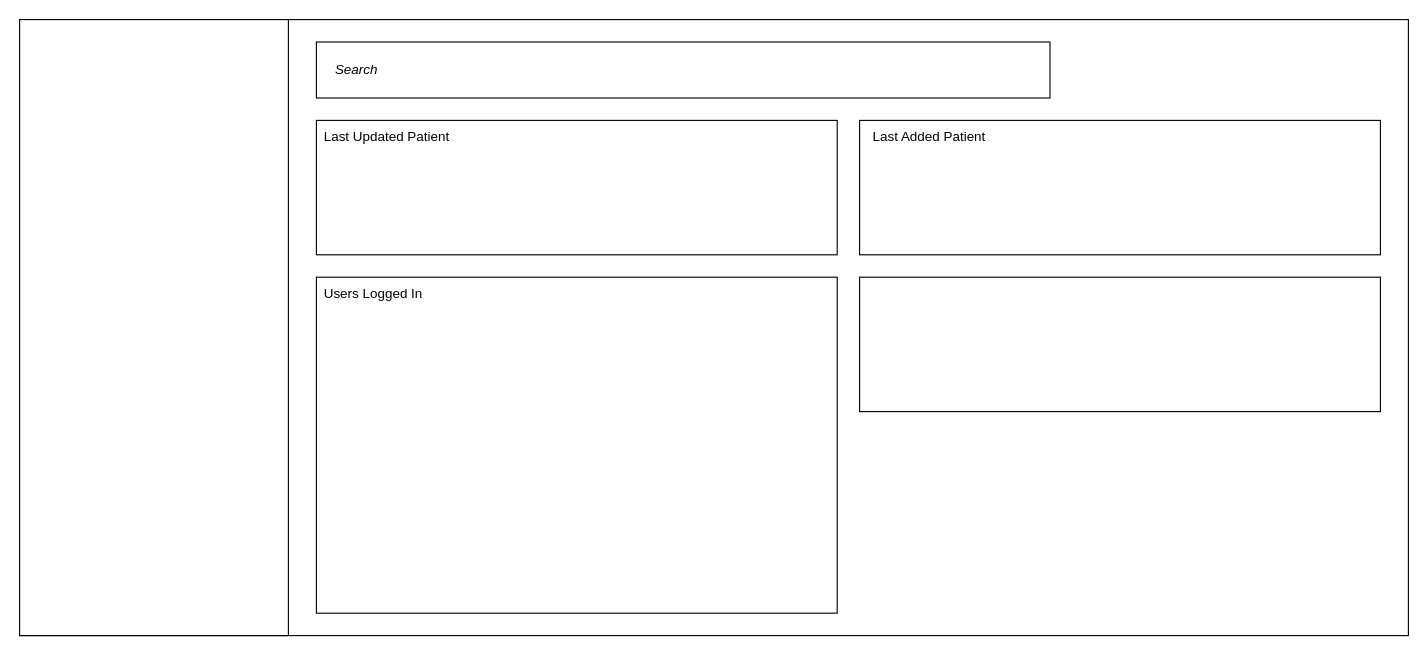
Earlier version of the draw.io diagram diagrams/UpdateLogAdminPage.drawio (empty-works/plain-emrs-no-fw). Source tidied: cells renumbered, new cells numbered last; positions are measured from the earlier drawing's top-left corner, leaving out a move shared by most shapes. Both pictures are drawn from the tidied source at 112%, with x=0, y=0 at pixel (19, 19).
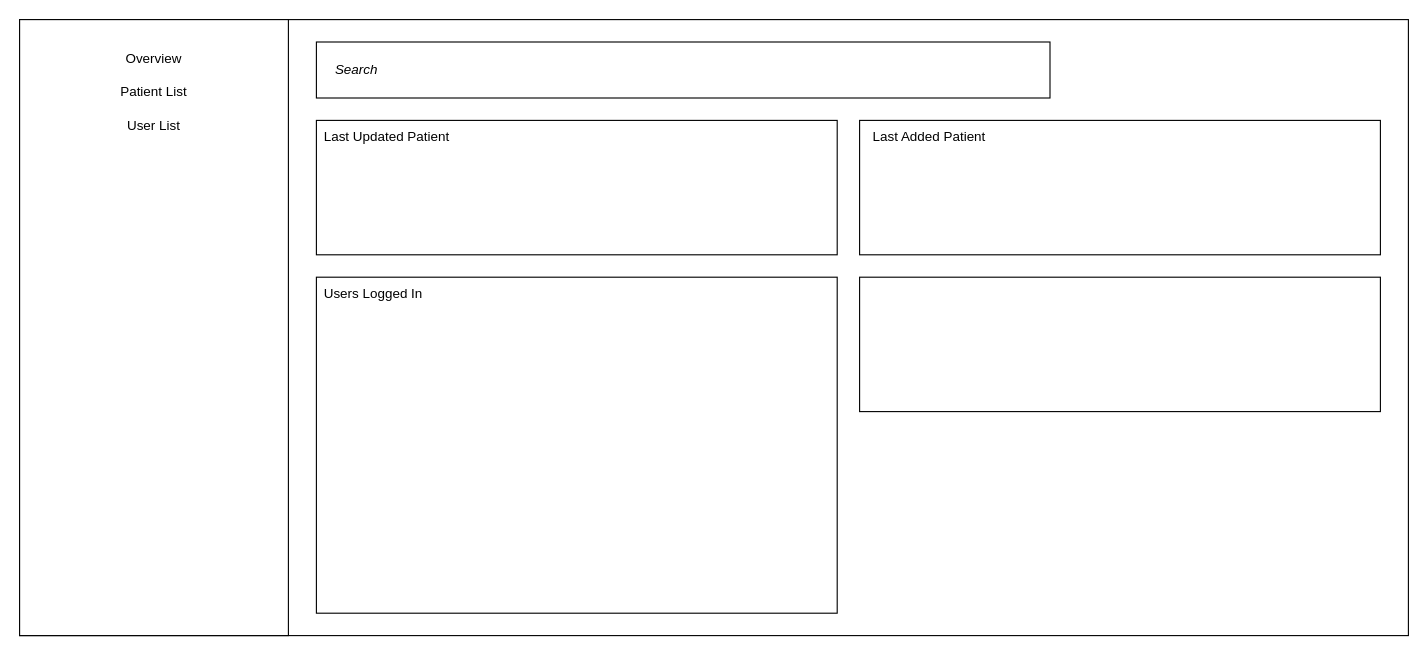
After the change.

Commit message:
Just added some options to the side navbar

Change to the diagram source:
```diff
@@
 <mxGraphModel>
   <root>
     <mxCell id="0" />
     <mxCell id="1" parent="0" />
     <mxCell id="2" style="rounded=0;whiteSpace=wrap;html=1;" parent="1" vertex="1">
       <mxGeometry width="1240" height="550" as="geometry" />
     </mxCell>
     <mxCell id="3" style="rounded=0;whiteSpace=wrap;html=1;" parent="1" vertex="1">
       <mxGeometry width="240" height="550" as="geometry" />
     </mxCell>
     <mxCell id="4" style="rounded=0;whiteSpace=wrap;html=1;" parent="1" vertex="1">
       <mxGeometry x="265" y="20" width="655" height="50" as="geometry" />
     </mxCell>
     <mxCell id="5" value="&lt;i&gt;Search&lt;/i&gt;" style="text;html=1;strokeColor=none;fillColor=none;align=left;verticalAlign=middle;whiteSpace=wrap;rounded=0;" parent="1" vertex="1">
       <mxGeometry x="280" y="30" width="630" height="30" as="geometry" />
     </mxCell>
     <mxCell id="6" style="rounded=0;whiteSpace=wrap;html=1;" parent="1" vertex="1">
       <mxGeometry x="265" y="90" width="465" height="120" as="geometry" />
     </mxCell>
     <mxCell id="7" style="rounded=0;whiteSpace=wrap;html=1;" parent="1" vertex="1">
       <mxGeometry x="750" y="90" width="465" height="120" as="geometry" />
     </mxCell>
     <mxCell id="8" style="rounded=0;whiteSpace=wrap;html=1;" parent="1" vertex="1">
       <mxGeometry x="265" y="230" width="465" height="300" as="geometry" />
     </mxCell>
     <mxCell id="9" style="rounded=0;whiteSpace=wrap;html=1;" parent="1" vertex="1">
       <mxGeometry x="750" y="230" width="465" height="120" as="geometry" />
     </mxCell>
     <mxCell id="10" value="Last Updated Patient" style="text;html=1;strokeColor=none;fillColor=none;align=left;verticalAlign=middle;whiteSpace=wrap;rounded=0;" parent="1" vertex="1">
       <mxGeometry x="270" y="90" width="450" height="30" as="geometry" />
     </mxCell>
     <mxCell id="11" value="Last Added Patient" style="text;html=1;strokeColor=none;fillColor=none;align=left;verticalAlign=middle;whiteSpace=wrap;rounded=0;" parent="1" vertex="1">
       <mxGeometry x="760" y="90" width="450" height="30" as="geometry" />
     </mxCell>
     <mxCell id="12" value="Users Logged In" style="text;html=1;strokeColor=none;fillColor=none;align=left;verticalAlign=middle;whiteSpace=wrap;rounded=0;" parent="1" vertex="1">
       <mxGeometry x="270" y="230" width="450" height="30" as="geometry" />
     </mxCell>
+    <mxCell id="13" value="Overview" style="text;html=1;strokeColor=none;fillColor=none;align=center;verticalAlign=middle;whiteSpace=wrap;rounded=0;" parent="1" vertex="1">
+      <mxGeometry x="20" y="20" width="200" height="30" as="geometry" />
+    </mxCell>
+    <mxCell id="14" value="Patient List" style="text;html=1;strokeColor=none;fillColor=none;align=center;verticalAlign=middle;whiteSpace=wrap;rounded=0;" parent="1" vertex="1">
+      <mxGeometry x="10" y="50" width="220" height="30" as="geometry" />
+    </mxCell>
+    <mxCell id="15" value="User List" style="text;html=1;strokeColor=none;fillColor=none;align=center;verticalAlign=middle;whiteSpace=wrap;rounded=0;" parent="1" vertex="1">
+      <mxGeometry x="10" y="80" width="220" height="30" as="geometry" />
+    </mxCell>
   </root>
 </mxGraphModel>
```
